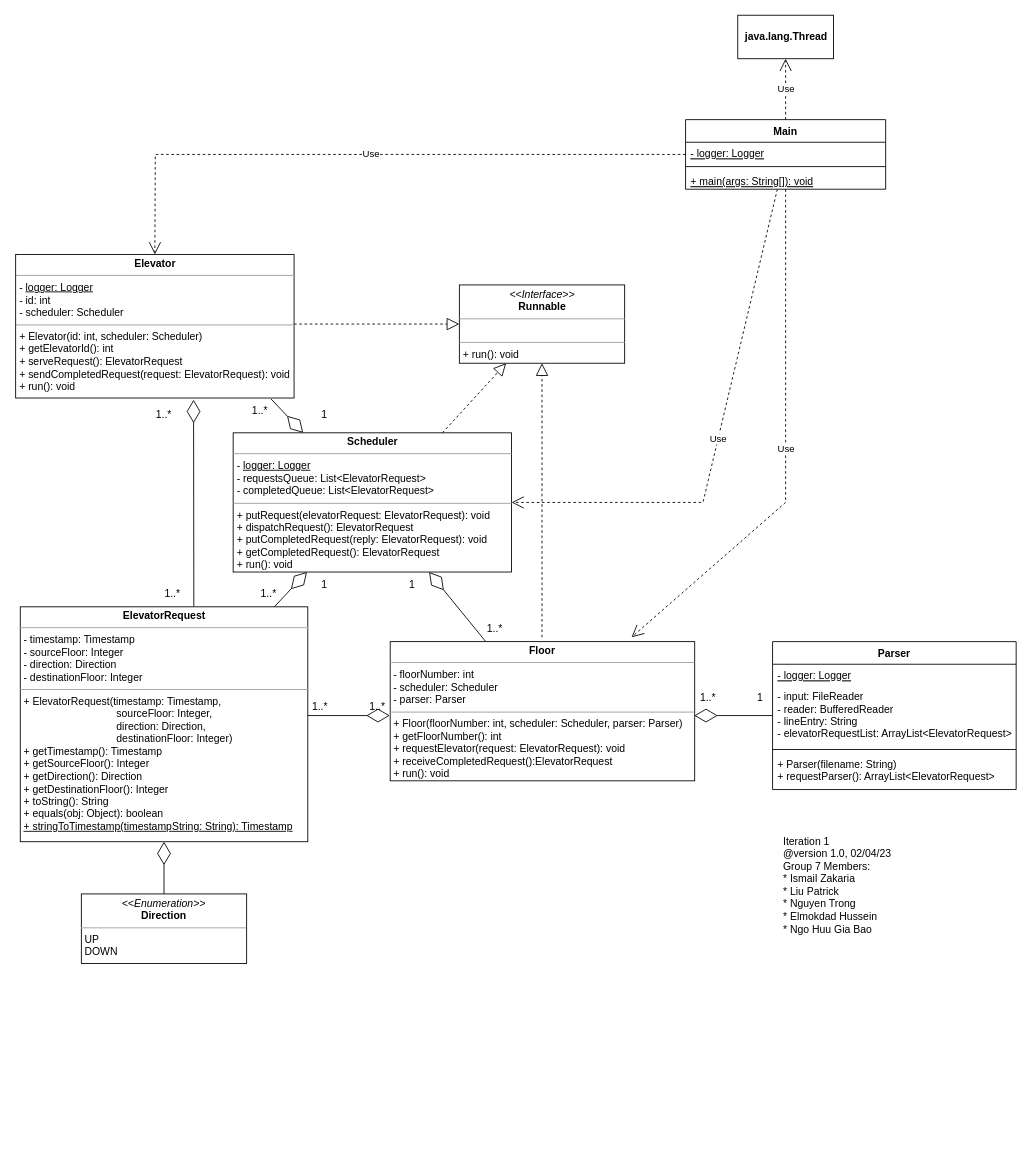
Before: page "class" (1 of 2) of documentation/P1-UML.drawio in bobbyngo/Elevator-Control-System-And-Simulator, a draw.io diagram. Source tidied: cells renumbered, new cells numbered last; positions are measured from the earlier drawing's top-left corner, leaving out a move shared by most shapes. Both pictures are drawn from the tidied source at 87%, with x=0, y=0 at pixel (16, 15).
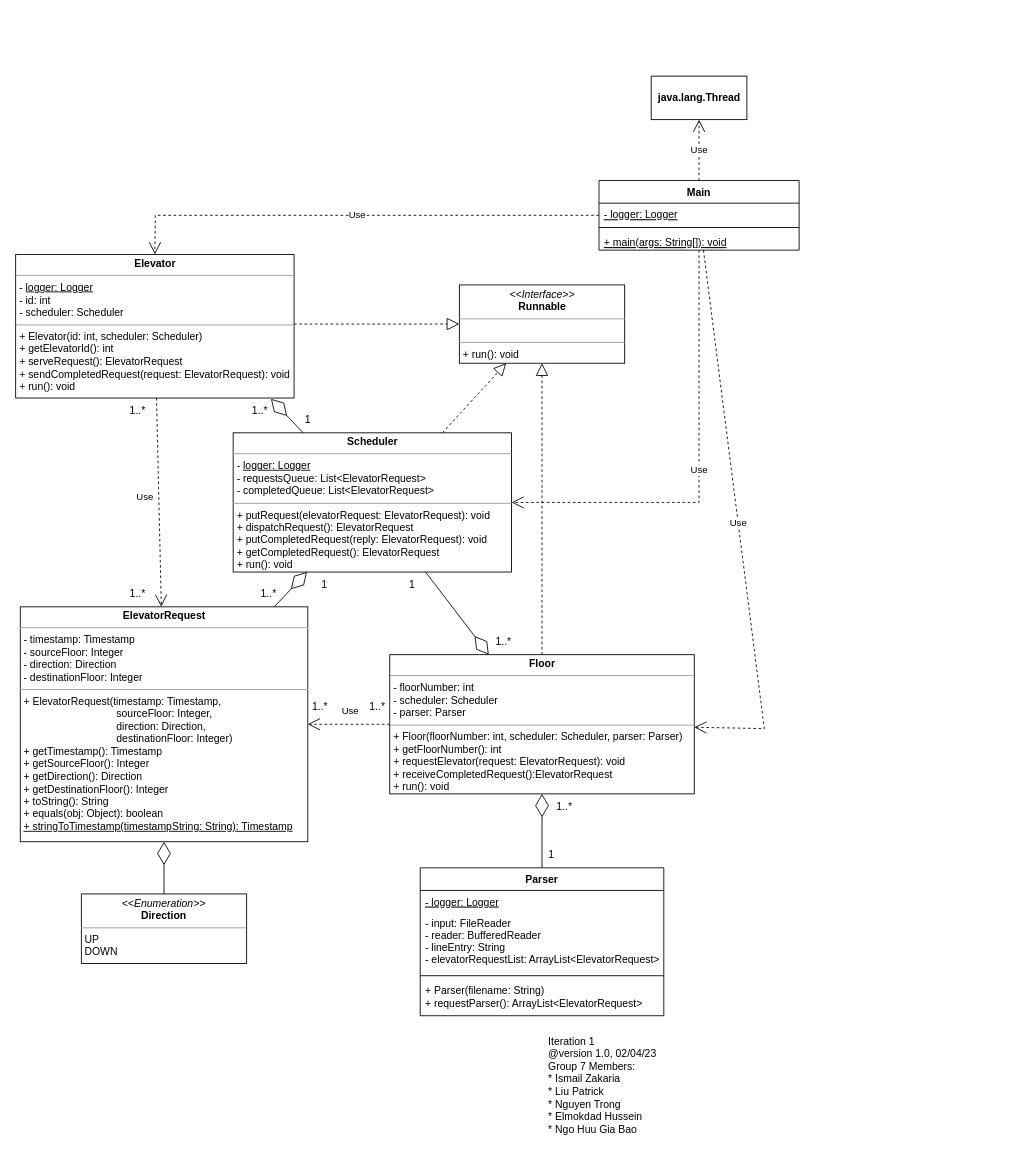
Above is the later version.

The change refers to these unchanged cells:
```xml
<mxCell id="3" value="&lt;p style=&quot;margin:0px;margin-top:4px;text-align:center;&quot;&gt;&lt;i&gt;&amp;lt;&amp;lt;Interface&amp;gt;&amp;gt;&lt;/i&gt;&lt;br&gt;&lt;b&gt;Runnable&lt;/b&gt;&lt;/p&gt;&lt;hr size=&quot;1&quot;&gt;&lt;p style=&quot;margin:0px;margin-left:4px;&quot;&gt;&lt;br&gt;&lt;/p&gt;&lt;hr size=&quot;1&quot;&gt;&lt;p style=&quot;margin:0px;margin-left:4px;&quot;&gt;+ run(): void&lt;/p&gt;" style="verticalAlign=top;align=left;overflow=fill;fontSize=12;fontFamily=Helvetica;html=1;" parent="1" vertex="1">
  <mxGeometry x="509.5" y="310" width="190" height="90" as="geometry" />
</mxCell>
<mxCell id="40" value="&lt;p style=&quot;margin:0px;margin-top:4px;text-align:center;&quot;&gt;&lt;b&gt;Scheduler&lt;/b&gt;&lt;br&gt;&lt;/p&gt;&lt;hr size=&quot;1&quot;&gt;&lt;p style=&quot;margin:0px;margin-left:4px;&quot;&gt;- &lt;u&gt;logger: Logger&lt;/u&gt;&lt;br&gt;&lt;/p&gt;&lt;p style=&quot;margin:0px;margin-left:4px;&quot;&gt;- requestsQueue: List&amp;lt;ElevatorRequest&amp;gt;&lt;br&gt;&lt;/p&gt;&lt;p style=&quot;margin:0px;margin-left:4px;&quot;&gt;- completedQueue: List&amp;lt;ElevatorRequest&amp;gt;&lt;br&gt;&lt;/p&gt;&lt;hr size=&quot;1&quot;&gt;&lt;p style=&quot;margin:0px;margin-left:4px;&quot;&gt;+ putRequest(elevatorRequest: ElevatorRequest): void&lt;/p&gt;&lt;p style=&quot;margin:0px;margin-left:4px;&quot;&gt;+ dispatchRequest(): ElevatorRequest&lt;/p&gt;&lt;p style=&quot;margin:0px;margin-left:4px;&quot;&gt;+ putCompletedRequest(reply: ElevatorRequest): void&lt;/p&gt;&lt;p style=&quot;margin:0px;margin-left:4px;&quot;&gt;+ getCompletedRequest(): ElevatorRequest&lt;br style=&quot;border-color: var(--border-color); padding: 0px; margin: 0px;&quot;&gt;+ run(): void&lt;br&gt;&lt;/p&gt;" style="verticalAlign=top;align=left;overflow=fill;fontSize=12;fontFamily=Helvetica;html=1;" parent="1" vertex="1">
  <mxGeometry x="249.5" y="480" width="320" height="160" as="geometry" />
</mxCell>
<mxCell id="41" value="&lt;p style=&quot;margin:0px;margin-top:4px;text-align:center;&quot;&gt;&lt;b&gt;Elevator&lt;/b&gt;&lt;br&gt;&lt;/p&gt;&lt;hr size=&quot;1&quot;&gt;&lt;p style=&quot;margin:0px;margin-left:4px;&quot;&gt;- &lt;u&gt;logger: Logger&lt;/u&gt;&lt;br&gt;&lt;/p&gt;&lt;p style=&quot;margin:0px;margin-left:4px;&quot;&gt;- id: int&lt;br style=&quot;border-color: var(--border-color); padding: 0px; margin: 0px;&quot;&gt;- scheduler: Scheduler&lt;br&gt;&lt;/p&gt;&lt;hr size=&quot;1&quot;&gt;&lt;p style=&quot;margin:0px;margin-left:4px;&quot;&gt;+ Elevator(id: int, scheduler: Scheduler)&lt;br style=&quot;border-color: var(--border-color); padding: 0px; margin: 0px;&quot;&gt;+ getElevatorId(): int&lt;br style=&quot;border-color: var(--border-color); padding: 0px; margin: 0px;&quot;&gt;+ serveRequest(): ElevatorRequest&lt;/p&gt;&lt;p style=&quot;margin:0px;margin-left:4px;&quot;&gt;+ sendCompletedRequest(request: ElevatorRequest): void&lt;br style=&quot;border-color: var(--border-color); padding: 0px; margin: 0px;&quot;&gt;+ run(): void&lt;br&gt;&lt;/p&gt;" style="verticalAlign=top;align=left;overflow=fill;fontSize=12;fontFamily=Helvetica;html=1;" parent="1" vertex="1">
  <mxGeometry x="-0.5" y="275" width="320" height="165" as="geometry" />
</mxCell>
<mxCell id="42" value="&lt;p style=&quot;margin:0px;margin-top:4px;text-align:center;&quot;&gt;&lt;b&gt;ElevatorRequest&lt;/b&gt;&lt;br&gt;&lt;/p&gt;&lt;hr size=&quot;1&quot;&gt;&lt;p style=&quot;margin:0px;margin-left:4px;&quot;&gt;- timestamp: Timestamp&lt;br style=&quot;border-color: var(--border-color); padding: 0px; margin: 0px;&quot;&gt;- sourceFloor: Integer&lt;br style=&quot;border-color: var(--border-color); padding: 0px; margin: 0px;&quot;&gt;- direction: Direction&lt;br style=&quot;border-color: var(--border-color); padding: 0px; margin: 0px;&quot;&gt;- destinationFloor: Integer&lt;br&gt;&lt;/p&gt;&lt;hr size=&quot;1&quot;&gt;&lt;p style=&quot;margin:0px;margin-left:4px;&quot;&gt;+ ElevatorRequest(timestamp: Timestamp,&lt;br style=&quot;border-color: var(--border-color); padding: 0px; margin: 0px;&quot;&gt;&amp;nbsp;&amp;nbsp;&amp;nbsp;&amp;nbsp;&amp;nbsp;&amp;nbsp;&amp;nbsp;&amp;nbsp;&amp;nbsp;&amp;nbsp;&amp;nbsp;&amp;nbsp;&amp;nbsp;&amp;nbsp;&amp;nbsp;&amp;nbsp;&amp;nbsp;&amp;nbsp;&amp;nbsp;&amp;nbsp;&amp;nbsp;&amp;nbsp;&amp;nbsp;&amp;nbsp;&amp;nbsp;&amp;nbsp;&amp;nbsp;&amp;nbsp;&amp;nbsp;&amp;nbsp;&amp;nbsp;&amp;nbsp;sourceFloor: Integer,&lt;br style=&quot;border-color: var(--border-color); padding: 0px; margin: 0px;&quot;&gt;&amp;nbsp;&amp;nbsp;&amp;nbsp;&amp;nbsp;&amp;nbsp;&amp;nbsp;&amp;nbsp;&amp;nbsp;&amp;nbsp;&amp;nbsp;&amp;nbsp;&amp;nbsp;&amp;nbsp;&amp;nbsp;&amp;nbsp;&amp;nbsp;&amp;nbsp;&amp;nbsp;&amp;nbsp;&amp;nbsp;&amp;nbsp;&amp;nbsp;&amp;nbsp;&amp;nbsp;&amp;nbsp;&amp;nbsp;&amp;nbsp;&amp;nbsp;&amp;nbsp;&amp;nbsp;&amp;nbsp;&amp;nbsp;direction: Direction,&lt;br style=&quot;border-color: var(--border-color); padding: 0px; margin: 0px;&quot;&gt;&amp;nbsp;&amp;nbsp;&amp;nbsp;&amp;nbsp;&amp;nbsp;&amp;nbsp;&amp;nbsp;&amp;nbsp;&amp;nbsp;&amp;nbsp;&amp;nbsp;&amp;nbsp;&amp;nbsp;&amp;nbsp;&amp;nbsp;&amp;nbsp;&amp;nbsp;&amp;nbsp;&amp;nbsp;&amp;nbsp;&amp;nbsp;&amp;nbsp;&amp;nbsp;&amp;nbsp;&amp;nbsp;&amp;nbsp;&amp;nbsp;&amp;nbsp;&amp;nbsp;&amp;nbsp;&amp;nbsp;&amp;nbsp;destinationFloor: Integer)&lt;br style=&quot;border-color: var(--border-color); padding: 0px; margin: 0px;&quot;&gt;+ getTimestamp(): Timestamp&lt;br style=&quot;border-color: var(--border-color); padding: 0px; margin: 0px;&quot;&gt;+ getSourceFloor(): Integer&lt;br style=&quot;border-color: var(--border-color); padding: 0px; margin: 0px;&quot;&gt;+ getDirection(): Direction&lt;br style=&quot;border-color: var(--border-color); padding: 0px; margin: 0px;&quot;&gt;+ getDestinationFloor(): Integer&lt;br style=&quot;border-color: var(--border-color); padding: 0px; margin: 0px;&quot;&gt;+ toString(): String&lt;br style=&quot;border-color: var(--border-color); padding: 0px; margin: 0px;&quot;&gt;+ equals(obj: Object): boolean&lt;/p&gt;&lt;p style=&quot;margin:0px;margin-left:4px;&quot;&gt;&lt;u&gt;+ stringToTimestamp(timestampString: String): Timestamp&lt;/u&gt;&lt;/p&gt;&lt;div style=&quot;border-color: var(--border-color); padding: 0px; margin: 0px;&quot;&gt;&lt;br style=&quot;border-color: var(--border-color); padding: 0px; margin: 0px;&quot;&gt;&lt;/div&gt;" style="verticalAlign=top;align=left;overflow=fill;fontSize=12;fontFamily=Helvetica;html=1;" parent="1" vertex="1">
  <mxGeometry x="4.8" y="680" width="330.5" height="270" as="geometry" />
</mxCell>
```

What changed in the source:
```diff
@@
     <mxCell id="4" value="Main" style="swimlane;fontStyle=1;align=center;verticalAlign=top;horizontal=1;startSize=26;" parent="1" vertex="1">
-      <mxGeometry x="769.5" y="120" width="230" height="80" as="geometry" />
+      <mxGeometry x="670" y="190" width="230" height="80" as="geometry" />
     </mxCell>
@@
-    <mxCell id="9" style="endArrow=block;dashed=1;endFill=0;endSize=12;html=1;rounded=0;" parent="1" edge="1" target="3">
-      <mxGeometry relative="1" as="geometry">
-        <mxPoint x="604.5" y="715" as="sourcePoint" />
-      </mxGeometry>
+    <mxCell id="9" style="endArrow=block;dashed=1;endFill=0;endSize=12;html=1;rounded=0;" parent="1" edge="1" source="44" target="3">
+      <mxGeometry relative="1" as="geometry" />
     </mxCell>
     <mxCell id="10" value="Parser" style="swimlane;fontStyle=1;align=center;verticalAlign=top;horizontal=1;startSize=26;" parent="1" vertex="1">
-      <mxGeometry x="869.5" y="720" width="280" height="170" as="geometry" />
+      <mxGeometry x="464.5" y="980" width="280" height="170" as="geometry" />
     </mxCell>
@@
-    <mxCell id="16" style="endArrow=diamondThin;endFill=0;endSize=24;html=1;rounded=0;entryX=0.639;entryY=1.012;entryDx=0;entryDy=0;entryPerimeter=0;" parent="1" edge="1" target="41">
-      <mxGeometry relative="1" as="geometry">
-        <mxPoint x="204.3" y="680" as="sourcePoint" />
-      </mxGeometry>
-    </mxCell>
     <mxCell id="17" value="&lt;b&gt;java.lang.Thread&lt;/b&gt;" style="html=1;" parent="1" vertex="1">
-      <mxGeometry x="829.5" width="110" height="50" as="geometry" />
+      <mxGeometry x="730" y="70" width="110" height="50" as="geometry" />
     </mxCell>
@@
     <mxCell id="19" value="Use" style="endArrow=open;endSize=12;dashed=1;html=1;rounded=0;entryX=0.5;entryY=0;entryDx=0;entryDy=0;" parent="1" edge="1" source="4" target="41">
       <mxGeometry relative="1" as="geometry">
         <Array as="points">
-          <mxPoint x="160" y="160" />
+          <mxPoint x="160" y="230" />
         </Array>
       </mxGeometry>
     </mxCell>
-    <mxCell id="20" style="endArrow=diamondThin;endFill=0;endSize=24;html=1;rounded=0;" parent="1" edge="1" source="10">
-      <mxGeometry relative="1" as="geometry">
-        <mxPoint x="779.5" y="805" as="targetPoint" />
-      </mxGeometry>
+    <mxCell id="20" style="endArrow=diamondThin;endFill=0;endSize=24;html=1;rounded=0;" parent="1" edge="1" source="10" target="44">
+      <mxGeometry relative="1" as="geometry" />
     </mxCell>
-    <mxCell id="21" style="endArrow=diamondThin;endFill=0;endSize=24;html=1;rounded=0;exitX=0.917;exitY=1.006;exitDx=0;exitDy=0;exitPerimeter=0;" parent="1" edge="1" source="41">
+    <mxCell id="21" style="endArrow=diamondThin;endFill=0;endSize=24;html=1;rounded=0;exitX=0.917;exitY=1.006;exitDx=0;exitDy=0;exitPerimeter=0;entryX=0.917;entryY=1.006;entryDx=0;entryDy=0;entryPerimeter=0;" parent="1" edge="1" target="41">
       <mxGeometry relative="1" as="geometry">
-        <mxPoint x="330" y="480" as="targetPoint" />
+        <mxPoint x="330" y="480" as="sourcePoint" />
       </mxGeometry>
     </mxCell>
@@
-    <mxCell id="23" style="endArrow=diamondThin;endFill=0;endSize=24;html=1;rounded=0;" parent="1" edge="1" source="44" target="40">
+    <mxCell id="23" style="endArrow=diamondThin;endFill=0;endSize=24;html=1;rounded=0;" parent="1" edge="1" source="40" target="44">
       <mxGeometry relative="1" as="geometry" />
     </mxCell>
-    <mxCell id="24" style="endArrow=diamondThin;endFill=0;endSize=24;html=1;rounded=0;" parent="1" edge="1">
-      <mxGeometry relative="1" as="geometry">
-        <mxPoint x="334" y="805" as="sourcePoint" />
-        <mxPoint x="429.5" y="805" as="targetPoint" />
-      </mxGeometry>
-    </mxCell>
     <mxCell id="25" value="Use" style="endArrow=open;endSize=12;dashed=1;html=1;rounded=0;" parent="1" edge="1" source="4">
       <mxGeometry relative="1" as="geometry">
         <mxPoint x="569.5" y="560" as="targetPoint" />
         <Array as="points">
-          <mxPoint x="789.5" y="560" />
+          <mxPoint x="785" y="560" />
         </Array>
       </mxGeometry>
     </mxCell>
-    <mxCell id="26" value="Use" style="endArrow=open;endSize=12;dashed=1;html=1;rounded=0;" parent="1" edge="1" source="4">
+    <mxCell id="26" value="Use" style="endArrow=open;endSize=12;dashed=1;html=1;rounded=0;" parent="1" edge="1" source="4" target="44">
       <mxGeometry relative="1" as="geometry">
-        <mxPoint x="707.4" y="715" as="targetPoint" />
         <Array as="points">
-          <mxPoint x="884.5" y="560" />
+          <mxPoint x="860" y="820" />
         </Array>
       </mxGeometry>
     </mxCell>
     <mxCell id="27" value="1..*" style="text;html=1;strokeColor=none;fillColor=none;align=center;verticalAlign=middle;whiteSpace=wrap;rounded=0;" parent="1" vertex="1">
-      <mxGeometry x="140" y="445" width="60" height="30" as="geometry" />
+      <mxGeometry x="110" y="440" width="60" height="30" as="geometry" />
     </mxCell>
     <mxCell id="28" value="1..*" style="text;html=1;strokeColor=none;fillColor=none;align=center;verticalAlign=middle;whiteSpace=wrap;rounded=0;" parent="1" vertex="1">
-      <mxGeometry x="150" y="650" width="60" height="30" as="geometry" />
+      <mxGeometry x="110" y="650" width="60" height="30" as="geometry" />
     </mxCell>
@@
     <mxCell id="31" value="1..*" style="text;html=1;align=center;verticalAlign=middle;strokeColor=none;fillColor=none;" parent="1" vertex="1">
-      <mxGeometry x="774.5" y="770" width="40" height="30" as="geometry" />
+      <mxGeometry x="610" y="895" width="40" height="30" as="geometry" />
     </mxCell>
     <mxCell id="32" value="1" style="text;html=1;align=center;verticalAlign=middle;strokeColor=none;fillColor=none;" parent="1" vertex="1">
-      <mxGeometry x="839.5" y="770" width="30" height="30" as="geometry" />
+      <mxGeometry x="600" y="950" width="30" height="30" as="geometry" />
     </mxCell>
@@
     <mxCell id="35" value="1" style="text;html=1;align=center;verticalAlign=middle;strokeColor=none;fillColor=none;" parent="1" vertex="1">
-      <mxGeometry x="339" y="445" width="30" height="30" as="geometry" />
+      <mxGeometry x="319.5" y="450" width="30" height="30" as="geometry" />
     </mxCell>
@@
     <mxCell id="37" value="1..*" style="text;html=1;align=center;verticalAlign=middle;strokeColor=none;fillColor=none;" parent="1" vertex="1">
-      <mxGeometry x="529.5" y="690" width="40" height="30" as="geometry" />
+      <mxGeometry x="540" y="705" width="40" height="30" as="geometry" />
     </mxCell>
@@
     <mxCell id="39" value="&lt;div&gt;Iteration 1&amp;nbsp;&lt;/div&gt;&lt;div&gt;@version 1.0, 02/04/23&lt;/div&gt;&lt;div&gt;Group 7 Members:&lt;/div&gt;&lt;div&gt;* Ismail Zakaria&lt;/div&gt;&lt;div&gt;* Liu Patrick&lt;/div&gt;&lt;div&gt;* Nguyen Trong&lt;/div&gt;&lt;div&gt;* Elmokdad Hussein&lt;/div&gt;&lt;div&gt;* Ngo Huu Gia Bao&lt;/div&gt;" style="text;html=1;strokeColor=none;fillColor=none;align=left;verticalAlign=middle;whiteSpace=wrap;rounded=0;" parent="1" vertex="1">
-      <mxGeometry x="880" y="930" width="140" height="140" as="geometry" />
+      <mxGeometry x="610" y="1160" width="140" height="140" as="geometry" />
     </mxCell>
@@
     <mxCell id="44" value="&lt;p style=&quot;margin:0px;margin-top:4px;text-align:center;&quot;&gt;&lt;b&gt;Floor&lt;/b&gt;&lt;br&gt;&lt;/p&gt;&lt;hr size=&quot;1&quot;&gt;&lt;p style=&quot;margin:0px;margin-left:4px;&quot;&gt;- floorNumber: int&lt;br style=&quot;border-color: var(--border-color); padding: 0px; margin: 0px;&quot;&gt;- scheduler: Scheduler&lt;br style=&quot;border-color: var(--border-color); padding: 0px; margin: 0px;&quot;&gt;- parser: Parser&lt;br&gt;&lt;/p&gt;&lt;hr size=&quot;1&quot;&gt;&lt;p style=&quot;margin:0px;margin-left:4px;&quot;&gt;+ Floor(floorNumber: int, scheduler: Scheduler, parser: Parser)&lt;br style=&quot;border-color: var(--border-color); padding: 0px; margin: 0px;&quot;&gt;+ getFloorNumber(): int&lt;br style=&quot;border-color: var(--border-color); padding: 0px; margin: 0px;&quot;&gt;+ requestElevator(request: ElevatorRequest): void&lt;/p&gt;&lt;p style=&quot;margin:0px;margin-left:4px;&quot;&gt;+ receiveCompletedRequest():ElevatorRequest&lt;br style=&quot;border-color: var(--border-color); padding: 0px; margin: 0px;&quot;&gt;+ run(): void&lt;br&gt;&lt;/p&gt;&lt;div style=&quot;border-color: var(--border-color); padding: 0px; margin: 0px;&quot;&gt;&lt;br style=&quot;border-color: var(--border-color); padding: 0px; margin: 0px;&quot;&gt;&lt;/div&gt;" style="verticalAlign=top;align=left;overflow=fill;fontSize=12;fontFamily=Helvetica;html=1;" parent="1" vertex="1">
-      <mxGeometry x="430" y="720" width="350" height="160" as="geometry" />
+      <mxGeometry x="429.5" y="735" width="350" height="160" as="geometry" />
     </mxCell>
+    <mxCell id="45" value="Use" style="endArrow=open;endSize=12;dashed=1;html=1;rounded=0;" parent="1" edge="1" source="44" target="42">
+      <mxGeometry x="-0.05" y="-15" relative="1" as="geometry">
+        <mxPoint x="-1" as="offset" />
+      </mxGeometry>
+    </mxCell>
+    <mxCell id="46" value="Use" style="endArrow=open;endSize=12;dashed=1;html=1;rounded=0;" parent="1" edge="1" source="41" target="42">
+      <mxGeometry x="-0.05" y="-15" relative="1" as="geometry">
+        <mxPoint x="-1" as="offset" />
+      </mxGeometry>
+    </mxCell>
```
